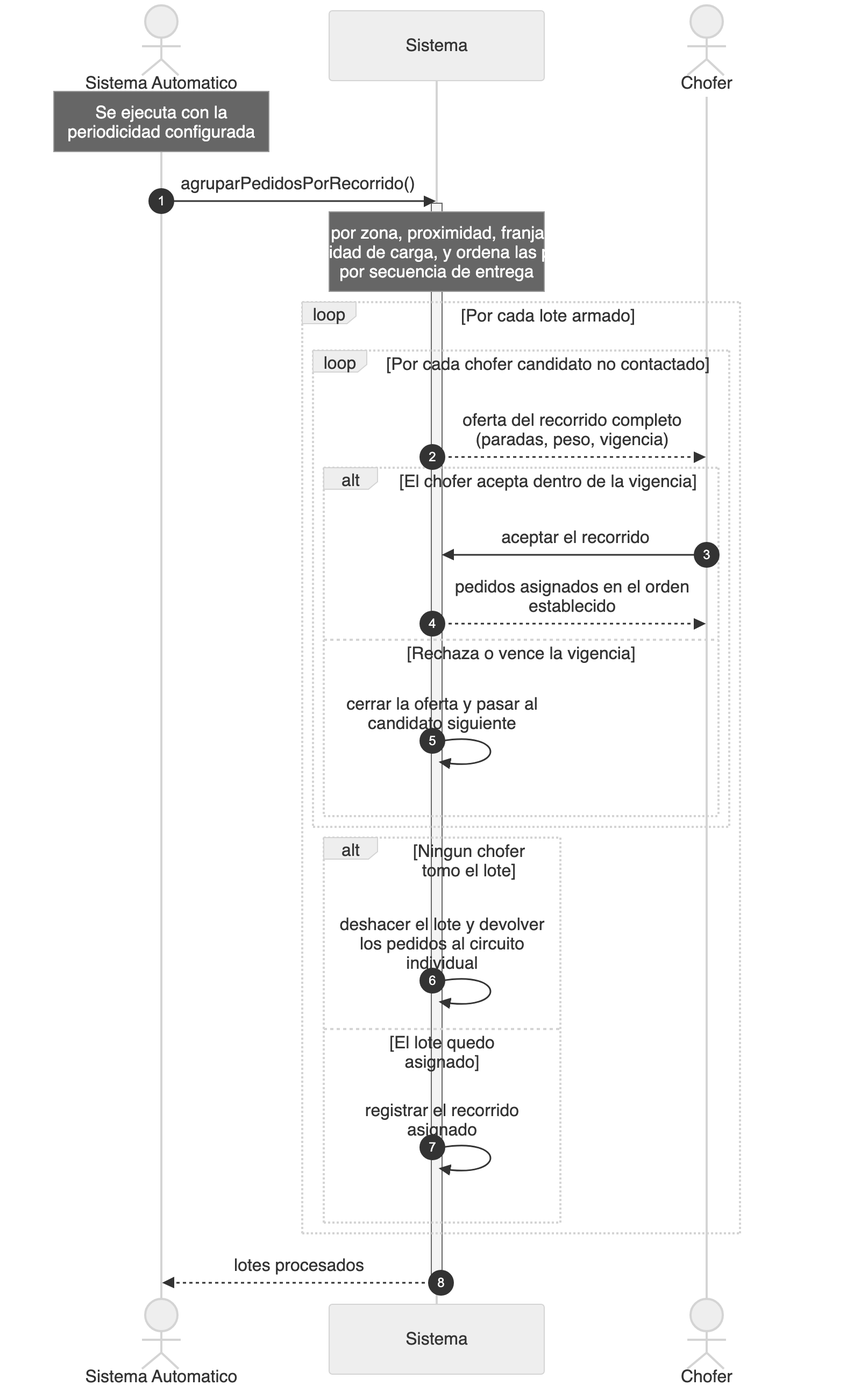
Earlier version of the Mermaid export diagramas/png/DSS_CU-107_Agrupar-Pedidos-Por-Recorrido.png (Nahuelito-Dev/splg-docs). Its source is kept beside it as diagramas/DSS_CU-107_Agrupar-Pedidos-Por-Recorrido.mmd.
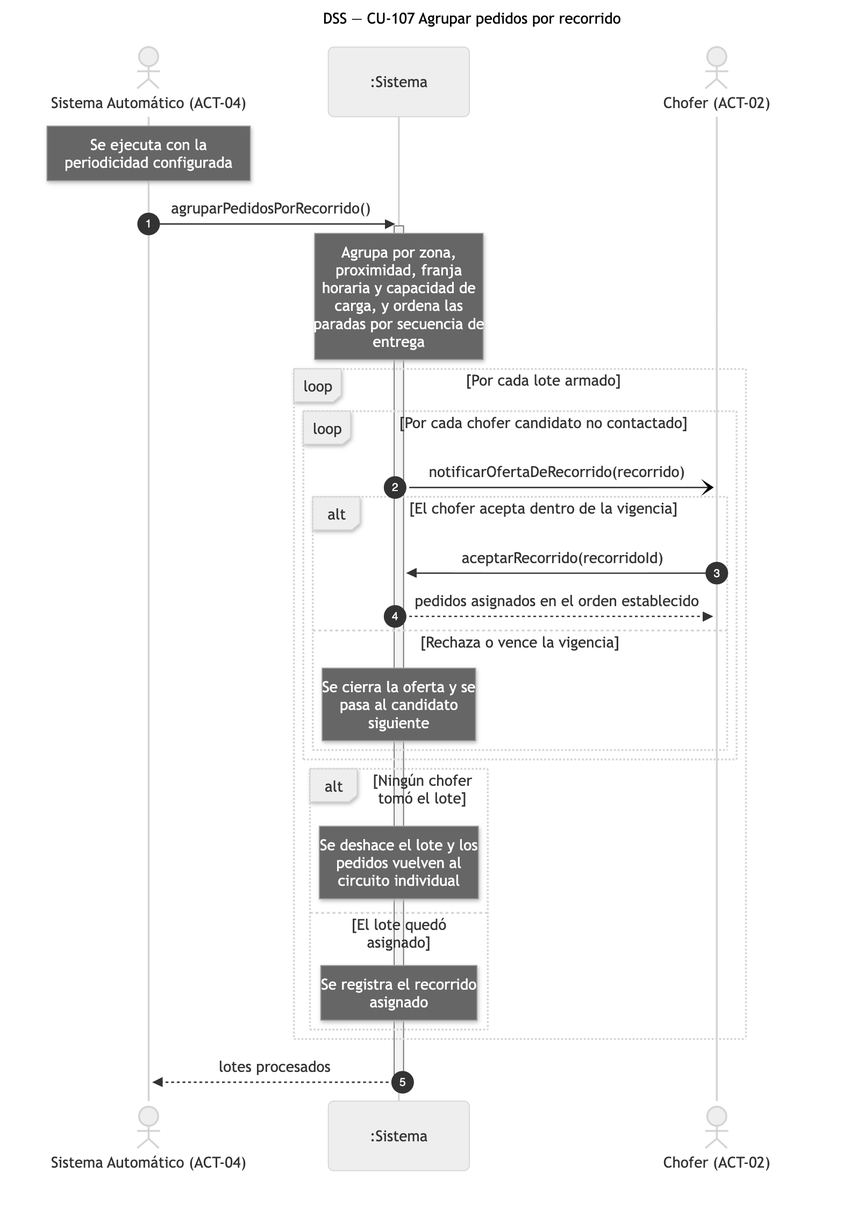
After the change.

Diff of the diagram source:
```diff
@@ -1,30 +1,30 @@
 sequenceDiagram
-    title DSS — CU-107 Agrupar Pedidos Por Recorrido
+    title DSS — CU-107 Agrupar pedidos por recorrido
     autonumber
-    actor SAU as Sistema Automatico
-    participant SIS as Sistema
-    actor CHO as Chofer
+    actor SAU as Sistema Automático (ACT-04)
+    participant SIS as :Sistema
+    actor CHO as Chofer (ACT-02)
 
-    Note over SAU: Se ejecuta con la periodicidad configurada
+    Note over SAU: Se ejecuta con la<br/>periodicidad configurada
     SAU->>SIS: agruparPedidosPorRecorrido()
     activate SIS
-    Note over SIS: Agrupa por zona, proximidad, franja horaria<br/>y capacidad de carga, y ordena las paradas<br/>por secuencia de entrega
+    Note over SIS: Agrupa por zona,<br/>proximidad, franja<br/>horaria y capacidad de<br/>carga, y ordena las<br/>paradas por secuencia de<br/>entrega
 
     loop Por cada lote armado
         loop Por cada chofer candidato no contactado
-            SIS-->>CHO: oferta del recorrido completo (paradas, peso, vigencia)
+            SIS-)CHO: notificarOfertaDeRecorrido(recorrido)
             alt El chofer acepta dentro de la vigencia
                 CHO->>SIS: aceptarRecorrido(recorridoId)
                 SIS-->>CHO: pedidos asignados en el orden establecido
             else Rechaza o vence la vigencia
-                SIS->>SIS: cerrar la oferta y pasar al candidato siguiente
+                Note over SIS: Se cierra la oferta y se<br/>pasa al candidato<br/>siguiente
             end
         end
 
-        alt Ningun chofer tomo el lote
-            SIS->>SIS: deshacer el lote y devolver los pedidos al circuito individual
-        else El lote quedo asignado
-            SIS->>SIS: registrar el recorrido asignado
+        alt Ningún chofer tomó el lote
+            Note over SIS: Se deshace el lote y los<br/>pedidos vuelven al<br/>circuito individual
+        else El lote quedó asignado
+            Note over SIS: Se registra el recorrido<br/>asignado
         end
     end
     SIS-->>SAU: lotes procesados
```
